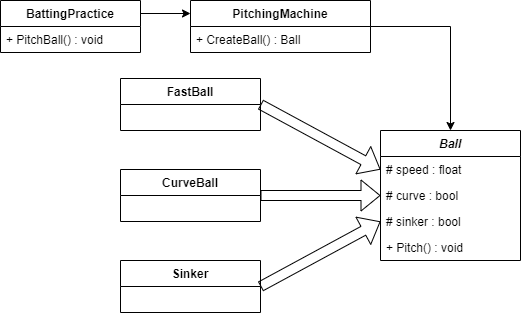
dqtoy/Game-Programming-Design-Patterns keeps this draw.io diagram as Assignment 5/Simple Factory UML.png. Above is the earlier version. Source tidied: cells renumbered, new cells last; positions are measured from the earlier drawing's top-left corner, leaving out a move shared by most shapes. Source of this version:
```xml
<mxGraphModel>
  <root>
    <mxCell id="0" />
    <mxCell id="1" parent="0" />
    <mxCell id="2" style="edgeStyle=orthogonalEdgeStyle;rounded=0;jettySize=auto;html=1;exitX=1;exitY=0.25;exitDx=0;exitDy=0;entryX=0;entryY=0.25;entryDx=0;entryDy=0;" parent="1" edge="1" source="3" target="6">
      <mxGeometry relative="1" as="geometry" />
    </mxCell>
    <mxCell id="3" value="BattingPractice" style="swimlane;fontStyle=1;horizontal=1;startSize=26;fillColor=none;" parent="1" vertex="1">
      <mxGeometry width="140" height="52" as="geometry" />
    </mxCell>
    <mxCell id="4" value="+ PitchBall() : void" style="text;strokeColor=none;fillColor=none;align=left;verticalAlign=top;spacingLeft=4;spacingRight=4;overflow=hidden;" parent="3" vertex="1">
      <mxGeometry y="26" width="140" height="26" as="geometry" />
    </mxCell>
    <mxCell id="5" style="edgeStyle=orthogonalEdgeStyle;rounded=0;jettySize=auto;html=1;exitX=1;exitY=0.5;exitDx=0;exitDy=0;entryX=0.5;entryY=0;entryDx=0;entryDy=0;" parent="1" edge="1" source="6" target="8">
      <mxGeometry relative="1" as="geometry" />
    </mxCell>
    <mxCell id="6" value="PitchingMachine" style="swimlane;fontStyle=1;horizontal=1;startSize=26;fillColor=none;" parent="1" vertex="1">
      <mxGeometry x="190" width="180" height="52" as="geometry" />
    </mxCell>
    <mxCell id="7" value="+ CreateBall() : Ball" style="text;strokeColor=none;fillColor=none;align=left;verticalAlign=top;spacingLeft=4;spacingRight=4;overflow=hidden;" parent="6" vertex="1">
      <mxGeometry y="26" width="180" height="26" as="geometry" />
    </mxCell>
    <mxCell id="8" value="Ball" style="swimlane;fontStyle=3;horizontal=1;startSize=26;fillColor=none;" parent="1" vertex="1">
      <mxGeometry x="380" y="130" width="140" height="130" as="geometry" />
    </mxCell>
    <mxCell id="9" value="# speed : float" style="text;strokeColor=none;fillColor=none;align=left;verticalAlign=top;spacingLeft=4;spacingRight=4;overflow=hidden;points=[[0,0.5],[1,0.5]];portConstraint=eastwest;" parent="8" vertex="1">
      <mxGeometry y="26" width="140" height="26" as="geometry" />
    </mxCell>
    <mxCell id="10" value="# curve : bool" style="text;strokeColor=none;fillColor=none;align=left;verticalAlign=top;spacingLeft=4;spacingRight=4;overflow=hidden;points=[[0,0.5],[1,0.5]];portConstraint=eastwest;" parent="8" vertex="1">
      <mxGeometry y="52" width="140" height="26" as="geometry" />
    </mxCell>
    <mxCell id="11" value="# sinker : bool" style="text;strokeColor=none;fillColor=none;align=left;verticalAlign=top;spacingLeft=4;spacingRight=4;overflow=hidden;points=[[0,0.5],[1,0.5]];portConstraint=eastwest;" parent="8" vertex="1">
      <mxGeometry y="78" width="140" height="26" as="geometry" />
    </mxCell>
    <mxCell id="12" value="+ Pitch() : void" style="text;strokeColor=none;fillColor=none;align=left;verticalAlign=top;spacingLeft=4;spacingRight=4;overflow=hidden;" parent="8" vertex="1">
      <mxGeometry y="104" width="140" height="26" as="geometry" />
    </mxCell>
    <mxCell id="13" style="rounded=0;jettySize=auto;html=1;exitX=1;exitY=0.5;exitDx=0;exitDy=0;entryX=0;entryY=0.5;entryDx=0;entryDy=0;shape=flexArrow;" parent="1" edge="1" source="14" target="9">
      <mxGeometry relative="1" as="geometry" />
    </mxCell>
    <mxCell id="14" value="FastBall" style="swimlane;fontStyle=1;horizontal=1;startSize=26;fillColor=none;" parent="1" vertex="1">
      <mxGeometry x="120" y="78" width="140" height="52" as="geometry" />
    </mxCell>
    <mxCell id="15" style="edgeStyle=orthogonalEdgeStyle;rounded=0;jettySize=auto;html=1;exitX=1;exitY=0.5;exitDx=0;exitDy=0;entryX=0;entryY=0.5;entryDx=0;entryDy=0;shape=flexArrow;" parent="1" edge="1" source="16" target="10">
      <mxGeometry relative="1" as="geometry" />
    </mxCell>
    <mxCell id="16" value="CurveBall" style="swimlane;fontStyle=1;horizontal=1;startSize=26;fillColor=none;" parent="1" vertex="1">
      <mxGeometry x="120" y="169" width="140" height="52" as="geometry" />
    </mxCell>
    <mxCell id="17" style="rounded=0;jettySize=auto;html=1;exitX=1;exitY=0.5;exitDx=0;exitDy=0;entryX=0;entryY=0.5;entryDx=0;entryDy=0;shape=flexArrow;" parent="1" edge="1" source="18" target="11">
      <mxGeometry relative="1" as="geometry" />
    </mxCell>
    <mxCell id="18" value="Sinker" style="swimlane;fontStyle=1;horizontal=1;startSize=26;fillColor=none;" parent="1" vertex="1">
      <mxGeometry x="120" y="260" width="140" height="52" as="geometry" />
    </mxCell>
  </root>
</mxGraphModel>
```
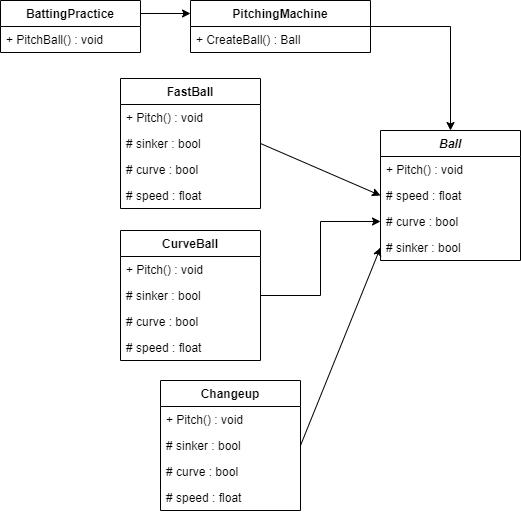
After the commit.

Change to the diagram source:
```diff
@@ -23,35 +23,71 @@
     <mxCell id="8" value="Ball" style="swimlane;fontStyle=3;horizontal=1;startSize=26;fillColor=none;" parent="1" vertex="1">
       <mxGeometry x="380" y="130" width="140" height="130" as="geometry" />
     </mxCell>
+    <mxCell id="12" value="+ Pitch() : void" style="text;strokeColor=none;fillColor=none;align=left;verticalAlign=top;spacingLeft=4;spacingRight=4;overflow=hidden;" parent="8" vertex="1">
+      <mxGeometry y="26" width="140" height="26" as="geometry" />
+    </mxCell>
     <mxCell id="9" value="# speed : float" style="text;strokeColor=none;fillColor=none;align=left;verticalAlign=top;spacingLeft=4;spacingRight=4;overflow=hidden;points=[[0,0.5],[1,0.5]];portConstraint=eastwest;" parent="8" vertex="1">
-      <mxGeometry y="26" width="140" height="26" as="geometry" />
+      <mxGeometry y="52" width="140" height="26" as="geometry" />
     </mxCell>
     <mxCell id="10" value="# curve : bool" style="text;strokeColor=none;fillColor=none;align=left;verticalAlign=top;spacingLeft=4;spacingRight=4;overflow=hidden;points=[[0,0.5],[1,0.5]];portConstraint=eastwest;" parent="8" vertex="1">
-      <mxGeometry y="52" width="140" height="26" as="geometry" />
+      <mxGeometry y="78" width="140" height="26" as="geometry" />
     </mxCell>
     <mxCell id="11" value="# sinker : bool" style="text;strokeColor=none;fillColor=none;align=left;verticalAlign=top;spacingLeft=4;spacingRight=4;overflow=hidden;points=[[0,0.5],[1,0.5]];portConstraint=eastwest;" parent="8" vertex="1">
-      <mxGeometry y="78" width="140" height="26" as="geometry" />
+      <mxGeometry y="104" width="140" height="26" as="geometry" />
     </mxCell>
-    <mxCell id="12" value="+ Pitch() : void" style="text;strokeColor=none;fillColor=none;align=left;verticalAlign=top;spacingLeft=4;spacingRight=4;overflow=hidden;" parent="8" vertex="1">
-      <mxGeometry y="104" width="140" height="26" as="geometry" />
-    </mxCell>
-    <mxCell id="13" style="rounded=0;jettySize=auto;html=1;exitX=1;exitY=0.5;exitDx=0;exitDy=0;entryX=0;entryY=0.5;entryDx=0;entryDy=0;shape=flexArrow;" parent="1" edge="1" source="14" target="9">
+    <mxCell id="13" style="rounded=0;jettySize=auto;html=1;exitX=1;exitY=0.5;exitDx=0;exitDy=0;entryX=0;entryY=0.5;entryDx=0;entryDy=0;" parent="1" edge="1" source="14" target="9">
       <mxGeometry relative="1" as="geometry" />
     </mxCell>
     <mxCell id="14" value="FastBall" style="swimlane;fontStyle=1;horizontal=1;startSize=26;fillColor=none;" parent="1" vertex="1">
-      <mxGeometry x="120" y="78" width="140" height="52" as="geometry" />
+      <mxGeometry x="120" y="78" width="140" height="130" as="geometry" />
     </mxCell>
+    <mxCell id="19" value="+ Pitch() : void" style="text;strokeColor=none;fillColor=none;align=left;verticalAlign=top;spacingLeft=4;spacingRight=4;overflow=hidden;" parent="14" vertex="1">
+      <mxGeometry y="26" width="140" height="26" as="geometry" />
+    </mxCell>
+    <mxCell id="20" value="# sinker : bool" style="text;strokeColor=none;fillColor=none;align=left;verticalAlign=top;spacingLeft=4;spacingRight=4;overflow=hidden;" parent="14" vertex="1">
+      <mxGeometry y="52" width="140" height="26" as="geometry" />
+    </mxCell>
+    <mxCell id="21" value="# curve : bool" style="text;strokeColor=none;fillColor=none;align=left;verticalAlign=top;spacingLeft=4;spacingRight=4;overflow=hidden;" parent="14" vertex="1">
+      <mxGeometry y="78" width="140" height="26" as="geometry" />
+    </mxCell>
+    <mxCell id="22" value="# speed : float" style="text;strokeColor=none;fillColor=none;align=left;verticalAlign=top;spacingLeft=4;spacingRight=4;overflow=hidden;" parent="14" vertex="1">
+      <mxGeometry y="104" width="140" height="26" as="geometry" />
+    </mxCell>
-    <mxCell id="15" style="edgeStyle=orthogonalEdgeStyle;rounded=0;jettySize=auto;html=1;exitX=1;exitY=0.5;exitDx=0;exitDy=0;entryX=0;entryY=0.5;entryDx=0;entryDy=0;shape=flexArrow;" parent="1" edge="1" source="16" target="10">
+    <mxCell id="15" style="edgeStyle=orthogonalEdgeStyle;rounded=0;jettySize=auto;html=1;exitX=1;exitY=0.5;exitDx=0;exitDy=0;entryX=0;entryY=0.5;entryDx=0;entryDy=0;" parent="1" edge="1" source="16" target="10">
       <mxGeometry relative="1" as="geometry" />
     </mxCell>
     <mxCell id="16" value="CurveBall" style="swimlane;fontStyle=1;horizontal=1;startSize=26;fillColor=none;" parent="1" vertex="1">
-      <mxGeometry x="120" y="169" width="140" height="52" as="geometry" />
+      <mxGeometry x="120" y="230" width="140" height="130" as="geometry" />
     </mxCell>
+    <mxCell id="23" value="+ Pitch() : void" style="text;strokeColor=none;fillColor=none;align=left;verticalAlign=top;spacingLeft=4;spacingRight=4;overflow=hidden;" parent="16" vertex="1">
+      <mxGeometry y="26" width="140" height="26" as="geometry" />
+    </mxCell>
+    <mxCell id="24" value="# sinker : bool" style="text;strokeColor=none;fillColor=none;align=left;verticalAlign=top;spacingLeft=4;spacingRight=4;overflow=hidden;" parent="16" vertex="1">
+      <mxGeometry y="52" width="140" height="26" as="geometry" />
+    </mxCell>
+    <mxCell id="25" value="# curve : bool" style="text;strokeColor=none;fillColor=none;align=left;verticalAlign=top;spacingLeft=4;spacingRight=4;overflow=hidden;" parent="16" vertex="1">
+      <mxGeometry y="78" width="140" height="26" as="geometry" />
+    </mxCell>
+    <mxCell id="26" value="# speed : float" style="text;strokeColor=none;fillColor=none;align=left;verticalAlign=top;spacingLeft=4;spacingRight=4;overflow=hidden;" parent="16" vertex="1">
+      <mxGeometry y="104" width="140" height="26" as="geometry" />
+    </mxCell>
-    <mxCell id="17" style="rounded=0;jettySize=auto;html=1;exitX=1;exitY=0.5;exitDx=0;exitDy=0;entryX=0;entryY=0.5;entryDx=0;entryDy=0;shape=flexArrow;" parent="1" edge="1" source="18" target="11">
+    <mxCell id="17" style="rounded=0;jettySize=auto;html=1;exitX=1;exitY=0.5;exitDx=0;exitDy=0;entryX=0;entryY=0.5;entryDx=0;entryDy=0;" parent="1" edge="1" source="18" target="11">
       <mxGeometry relative="1" as="geometry" />
     </mxCell>
-    <mxCell id="18" value="Sinker" style="swimlane;fontStyle=1;horizontal=1;startSize=26;fillColor=none;" parent="1" vertex="1">
-      <mxGeometry x="120" y="260" width="140" height="52" as="geometry" />
+    <mxCell id="18" value="Changeup" style="swimlane;fontStyle=1;horizontal=1;startSize=26;fillColor=none;" parent="1" vertex="1">
+      <mxGeometry x="160" y="380" width="140" height="130" as="geometry" />
     </mxCell>
+    <mxCell id="27" value="+ Pitch() : void" style="text;strokeColor=none;fillColor=none;align=left;verticalAlign=top;spacingLeft=4;spacingRight=4;overflow=hidden;" parent="18" vertex="1">
+      <mxGeometry y="26" width="140" height="26" as="geometry" />
+    </mxCell>
+    <mxCell id="28" value="# sinker : bool" style="text;strokeColor=none;fillColor=none;align=left;verticalAlign=top;spacingLeft=4;spacingRight=4;overflow=hidden;" parent="18" vertex="1">
+      <mxGeometry y="52" width="140" height="26" as="geometry" />
+    </mxCell>
+    <mxCell id="29" value="# curve : bool" style="text;strokeColor=none;fillColor=none;align=left;verticalAlign=top;spacingLeft=4;spacingRight=4;overflow=hidden;" parent="18" vertex="1">
+      <mxGeometry y="78" width="140" height="26" as="geometry" />
+    </mxCell>
+    <mxCell id="30" value="# speed : float" style="text;strokeColor=none;fillColor=none;align=left;verticalAlign=top;spacingLeft=4;spacingRight=4;overflow=hidden;" parent="18" vertex="1">
+      <mxGeometry y="104" width="140" height="26" as="geometry" />
+    </mxCell>
   </root>
 </mxGraphModel>
```
